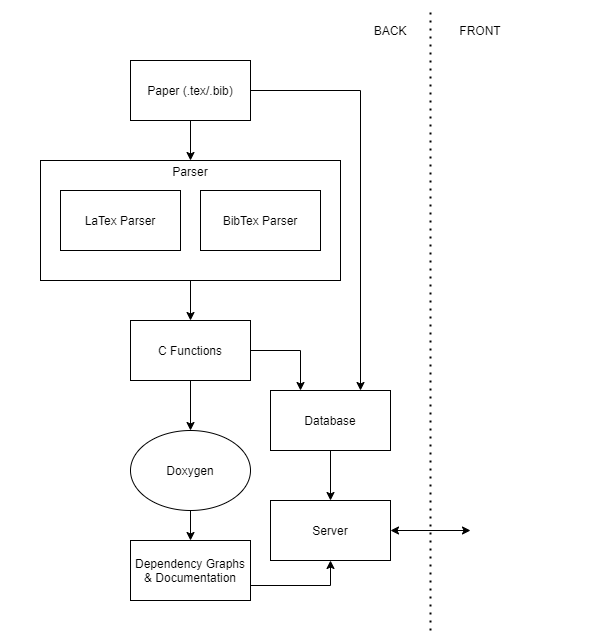
This is wiki/DesignFlowChart.png from AVanDeBrook/citation-graph, a draw.io export, as it was before one commit. Source tidied: cells renumbered, new cells last; positions are measured from the earlier drawing's top-left corner, leaving out a move shared by most shapes.
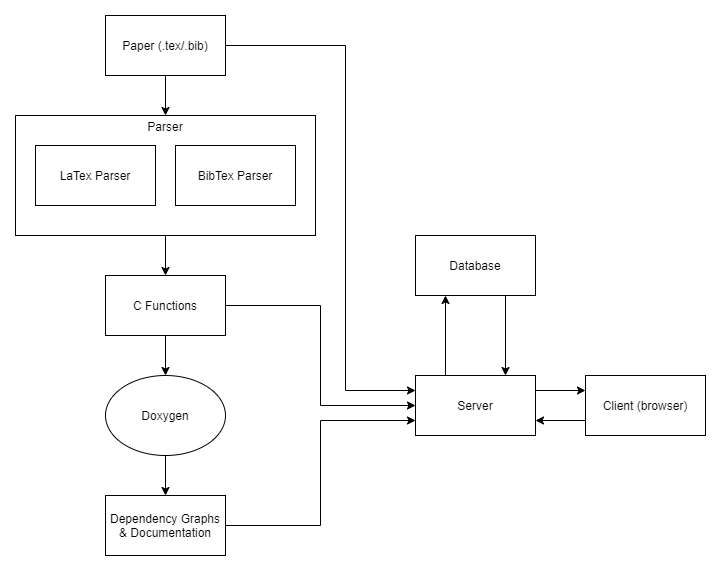
The same file after the commit.

Commit message:
update design flow chart

The edit, as a diff of the source:
```diff
@@ -2,15 +2,9 @@
   <root>
     <mxCell id="0" />
     <mxCell id="1" parent="0" />
-    <mxCell id="2" style="rounded=0;whiteSpace=wrap;html=1;strokeWidth=1;strokeColor=none;" parent="1" vertex="1">
-      <mxGeometry width="600" height="640" as="geometry" />
-    </mxCell>
-    <mxCell id="3" style="edgeStyle=orthogonalEdgeStyle;rounded=0;jettySize=auto;html=1;entryX=0.75;entryY=0;entryDx=0;entryDy=0;" parent="1" edge="1" source="4" target="15">
-      <mxGeometry relative="1" as="geometry" />
-    </mxCell>
-    <mxCell id="4" value="Paper (.tex/.bib)" style="rounded=0;whiteSpace=wrap;html=1;" parent="1" vertex="1">
-      <mxGeometry x="130" y="60" width="120" height="60" as="geometry" />
-    </mxCell>
+    <mxCell id="21" style="edgeStyle=orthogonalEdgeStyle;rounded=0;jettySize=auto;html=1;exitX=0.5;exitY=1;exitDx=0;exitDy=0;entryX=0.5;entryY=0;entryDx=0;entryDy=0;" parent="1" edge="1" source="5" target="9">
+      <mxGeometry relative="1" as="geometry" />
+    </mxCell>
     <mxCell id="5" value="Parser&lt;span style=&quot;color: rgba(0 , 0 , 0 , 0) ; font-family: monospace ; font-size: 0px&quot;&gt;%3CmxGraphModel%3E%3Croot%3E%3CmxCell%20id%3D%220%22%2F%3E%3CmxCell%20id%3D%221%22%20parent%3D%220%22%2F%3E%3CmxCell%20id%3D%222%22%20value%3D%22Paper%20(.tex%2F.bib)%22%20style%3D%22rounded%3D0%3BwhiteSpace%3Dwrap%3Bhtml%3D1%3B%22%20vertex%3D%221%22%20parent%3D%221%22%3E%3CmxGeometry%20x%3D%22150%22%20y%3D%22150%22%20width%3D%22120%22%20height%3D%2260%22%20as%3D%22geometry%22%2F%3E%3C%2FmxCell%3E%3C%2Froot%3E%3C%2FmxGraphModel%3E&lt;br&gt;&lt;br&gt;&lt;br&gt;&lt;br&gt;&lt;br&gt;&lt;br&gt;&lt;br&gt;&lt;br&gt;&lt;/span&gt;" style="rounded=0;whiteSpace=wrap;html=1;" parent="1" vertex="1">
       <mxGeometry x="40" y="160" width="300" height="120" as="geometry" />
     </mxCell>
@@ -20,58 +14,61 @@
     <mxCell id="7" value="BibTex Parser" style="rounded=0;whiteSpace=wrap;html=1;" parent="1" vertex="1">
       <mxGeometry x="200" y="190" width="120" height="60" as="geometry" />
     </mxCell>
-    <mxCell id="8" style="edgeStyle=orthogonalEdgeStyle;rounded=0;jettySize=auto;html=1;entryX=0.25;entryY=0;entryDx=0;entryDy=0;" parent="1" edge="1" source="9" target="15">
-      <mxGeometry relative="1" as="geometry" />
-    </mxCell>
+    <mxCell id="20" style="edgeStyle=orthogonalEdgeStyle;rounded=0;jettySize=auto;html=1;exitX=0.5;exitY=1;exitDx=0;exitDy=0;entryX=0.5;entryY=0;entryDx=0;entryDy=0;" parent="1" edge="1" source="4" target="5">
+      <mxGeometry relative="1" as="geometry" />
+    </mxCell>
+    <mxCell id="24" style="edgeStyle=orthogonalEdgeStyle;rounded=0;jettySize=auto;html=1;exitX=1;exitY=0.5;exitDx=0;exitDy=0;entryX=0;entryY=0.25;entryDx=0;entryDy=0;" parent="1" edge="1" source="4" target="13">
+      <mxGeometry relative="1" as="geometry">
+        <Array as="points">
+          <mxPoint x="370" y="90" />
+          <mxPoint x="370" y="435" />
+        </Array>
+      </mxGeometry>
+    </mxCell>
+    <mxCell id="4" value="Paper (.tex/.bib)" style="rounded=0;whiteSpace=wrap;html=1;" parent="1" vertex="1">
+      <mxGeometry x="130" y="60" width="120" height="60" as="geometry" />
+    </mxCell>
+    <mxCell id="22" style="edgeStyle=orthogonalEdgeStyle;rounded=0;jettySize=auto;html=1;exitX=0.5;exitY=1;exitDx=0;exitDy=0;entryX=0.5;entryY=0;entryDx=0;entryDy=0;" parent="1" edge="1" source="9" target="10">
+      <mxGeometry relative="1" as="geometry" />
+    </mxCell>
+    <mxCell id="25" style="edgeStyle=orthogonalEdgeStyle;rounded=0;jettySize=auto;html=1;exitX=1;exitY=0.5;exitDx=0;exitDy=0;entryX=0;entryY=0.5;entryDx=0;entryDy=0;" parent="1" edge="1" source="9" target="13">
+      <mxGeometry relative="1" as="geometry" />
+    </mxCell>
     <mxCell id="9" value="C Functions" style="rounded=0;whiteSpace=wrap;html=1;" parent="1" vertex="1">
       <mxGeometry x="130" y="320" width="120" height="60" as="geometry" />
     </mxCell>
+    <mxCell id="23" style="edgeStyle=orthogonalEdgeStyle;rounded=0;jettySize=auto;html=1;exitX=0.5;exitY=1;exitDx=0;exitDy=0;entryX=0.5;entryY=0;entryDx=0;entryDy=0;" parent="1" edge="1" source="10" target="12">
+      <mxGeometry relative="1" as="geometry" />
+    </mxCell>
     <mxCell id="10" value="Doxygen" style="ellipse;whiteSpace=wrap;html=1;" parent="1" vertex="1">
-      <mxGeometry x="130" y="430" width="120" height="80" as="geometry" />
+      <mxGeometry x="130" y="420" width="120" height="80" as="geometry" />
     </mxCell>
-    <mxCell id="11" style="edgeStyle=orthogonalEdgeStyle;rounded=0;jettySize=auto;html=1;exitX=1;exitY=0.75;exitDx=0;exitDy=0;entryX=0.5;entryY=1;entryDx=0;entryDy=0;" parent="1" edge="1" source="12" target="13">
+    <mxCell id="11" style="edgeStyle=orthogonalEdgeStyle;rounded=0;jettySize=auto;html=1;exitX=1;exitY=0.5;exitDx=0;exitDy=0;entryX=0;entryY=0.75;entryDx=0;entryDy=0;" parent="1" edge="1" source="12" target="13">
       <mxGeometry relative="1" as="geometry" />
     </mxCell>
     <mxCell id="12" value="Dependency Graphs &amp;amp; Documentation" style="rounded=0;whiteSpace=wrap;html=1;" parent="1" vertex="1">
       <mxGeometry x="130" y="540" width="120" height="60" as="geometry" />
     </mxCell>
-    <mxCell id="13" value="Server" style="rounded=0;whiteSpace=wrap;html=1;" parent="1" vertex="1">
-      <mxGeometry x="270" y="500" width="120" height="60" as="geometry" />
-    </mxCell>
-    <mxCell id="14" style="edgeStyle=orthogonalEdgeStyle;rounded=0;jettySize=auto;html=1;exitX=0.5;exitY=1;exitDx=0;exitDy=0;entryX=0.5;entryY=0;entryDx=0;entryDy=0;" parent="1" edge="1" source="15" target="13">
+    <mxCell id="14" style="edgeStyle=orthogonalEdgeStyle;rounded=0;jettySize=auto;html=1;exitX=0.75;exitY=1;exitDx=0;exitDy=0;entryX=0.75;entryY=0;entryDx=0;entryDy=0;" parent="1" edge="1" source="15" target="13">
       <mxGeometry relative="1" as="geometry" />
     </mxCell>
     <mxCell id="15" value="Database" style="rounded=0;whiteSpace=wrap;html=1;" parent="1" vertex="1">
-      <mxGeometry x="270" y="390" width="120" height="60" as="geometry" />
+      <mxGeometry x="440" y="280" width="120" height="60" as="geometry" />
     </mxCell>
-    <mxCell id="16" value="BACK&lt;span style=&quot;color: rgba(0 , 0 , 0 , 0) ; font-family: monospace ; font-size: 0px&quot;&gt;%3CmxGraphModel%3E%3Croot%3E%3CmxCell%20id%3D%220%22%2F%3E%3CmxCell%20id%3D%221%22%20parent%3D%220%22%2F%3E%3CmxCell%20id%3D%222%22%20value%3D%22Dependency%20Graphs%20%26amp%3Bamp%3B%20Documentation%22%20style%3D%22rounded%3D0%3BwhiteSpace%3Dwrap%3Bhtml%3D1%3B%22%20vertex%3D%221%22%20parent%3D%221%22%3E%3CmxGeometry%20x%3D%22370%22%20y%3D%22440%22%20width%3D%22120%22%20height%3D%2260%22%20as%3D%22geometry%22%2F%3E%3C%2FmxCell%3E%3C%2Froot%3E%3C%2FmxGraphModel%3E&lt;/span&gt;" style="text;html=1;strokeColor=none;fillColor=none;align=center;verticalAlign=middle;whiteSpace=wrap;rounded=0;" parent="1" vertex="1">
-      <mxGeometry x="370" y="20" width="40" height="20" as="geometry" />
-    </mxCell>
-    <mxCell id="17" value="FRONT" style="text;html=1;strokeColor=none;fillColor=none;align=center;verticalAlign=middle;whiteSpace=wrap;rounded=0;" parent="1" vertex="1">
-      <mxGeometry x="460" y="20" width="40" height="20" as="geometry" />
-    </mxCell>
-    <mxCell id="18" style="endArrow=none;dashed=1;html=1;dashPattern=1 3;strokeWidth=2;" parent="1" edge="1">
-      <mxGeometry relative="1" as="geometry">
-        <mxPoint x="430" y="630" as="sourcePoint" />
-        <mxPoint x="430" y="10" as="targetPoint" />
-      </mxGeometry>
-    </mxCell>
-    <mxCell id="19" style="endArrow=classic;startArrow=classic;html=1;exitX=1;exitY=0.5;exitDx=0;exitDy=0;" parent="1" edge="1" source="13">
-      <mxGeometry relative="1" as="geometry">
-        <mxPoint x="470" y="530" as="targetPoint" />
-      </mxGeometry>
-    </mxCell>
-    <mxCell id="20" style="endArrow=classic;html=1;exitX=0.5;exitY=1;exitDx=0;exitDy=0;entryX=0.5;entryY=0;entryDx=0;entryDy=0;" parent="1" edge="1" source="4" target="5">
-      <mxGeometry relative="1" as="geometry" />
-    </mxCell>
-    <mxCell id="21" style="endArrow=classic;html=1;exitX=0.5;exitY=1;exitDx=0;exitDy=0;entryX=0.5;entryY=0;entryDx=0;entryDy=0;" parent="1" edge="1" source="5" target="9">
-      <mxGeometry relative="1" as="geometry" />
-    </mxCell>
-    <mxCell id="22" style="endArrow=classic;html=1;exitX=0.5;exitY=1;exitDx=0;exitDy=0;entryX=0.5;entryY=0;entryDx=0;entryDy=0;" parent="1" edge="1" source="9" target="10">
-      <mxGeometry relative="1" as="geometry" />
-    </mxCell>
-    <mxCell id="23" style="endArrow=classic;html=1;exitX=0.5;exitY=1;exitDx=0;exitDy=0;entryX=0.5;entryY=0;entryDx=0;entryDy=0;" parent="1" edge="1" source="10" target="12">
-      <mxGeometry relative="1" as="geometry" />
-    </mxCell>
+    <mxCell id="26" style="edgeStyle=orthogonalEdgeStyle;rounded=0;jettySize=auto;html=1;exitX=0.25;exitY=0;exitDx=0;exitDy=0;entryX=0.25;entryY=1;entryDx=0;entryDy=0;" parent="1" edge="1" source="13" target="15">
+      <mxGeometry relative="1" as="geometry" />
+    </mxCell>
+    <mxCell id="27" style="edgeStyle=orthogonalEdgeStyle;rounded=0;jettySize=auto;html=1;exitX=1;exitY=0.25;exitDx=0;exitDy=0;entryX=0;entryY=0.25;entryDx=0;entryDy=0;" parent="1" edge="1" source="13" target="29">
+      <mxGeometry relative="1" as="geometry" />
+    </mxCell>
+    <mxCell id="13" value="Server" style="rounded=0;whiteSpace=wrap;html=1;" parent="1" vertex="1">
+      <mxGeometry x="440" y="420" width="120" height="60" as="geometry" />
+    </mxCell>
+    <mxCell id="28" style="edgeStyle=orthogonalEdgeStyle;rounded=0;jettySize=auto;html=1;exitX=0;exitY=0.75;exitDx=0;exitDy=0;entryX=1;entryY=0.75;entryDx=0;entryDy=0;" parent="1" edge="1" source="29" target="13">
+      <mxGeometry relative="1" as="geometry" />
+    </mxCell>
+    <mxCell id="29" value="Client (browser)" style="rounded=0;whiteSpace=wrap;html=1;" parent="1" vertex="1">
+      <mxGeometry x="610" y="420" width="120" height="60" as="geometry" />
+    </mxCell>
   </root>
 </mxGraphModel>
```
